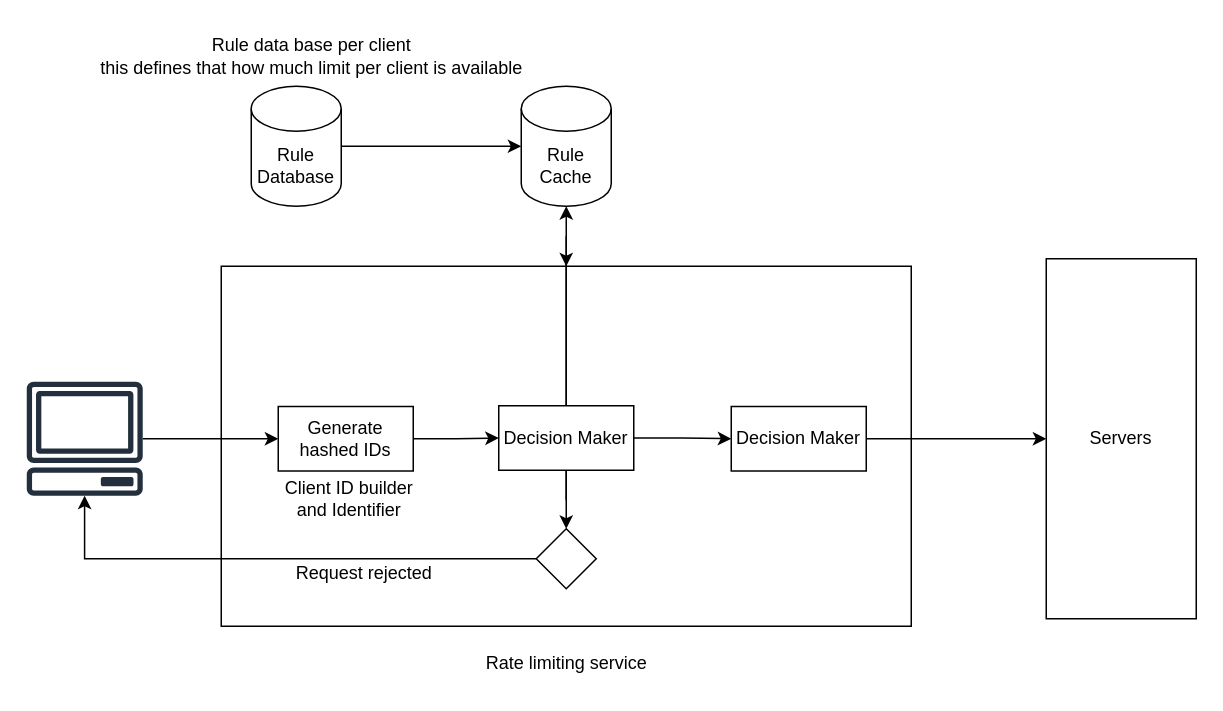
This is Rate limiter as middle service.drawio from anshul1790/system-design-playground, a draw.io file, before an edit. Source tidied: cells renumbered, new cells numbered last; positions are measured from the earlier drawing's top-left corner, leaving out a move shared by most shapes. Both pictures are drawn from the tidied source at 150%, with x=0, y=0 at pixel (26, 26).
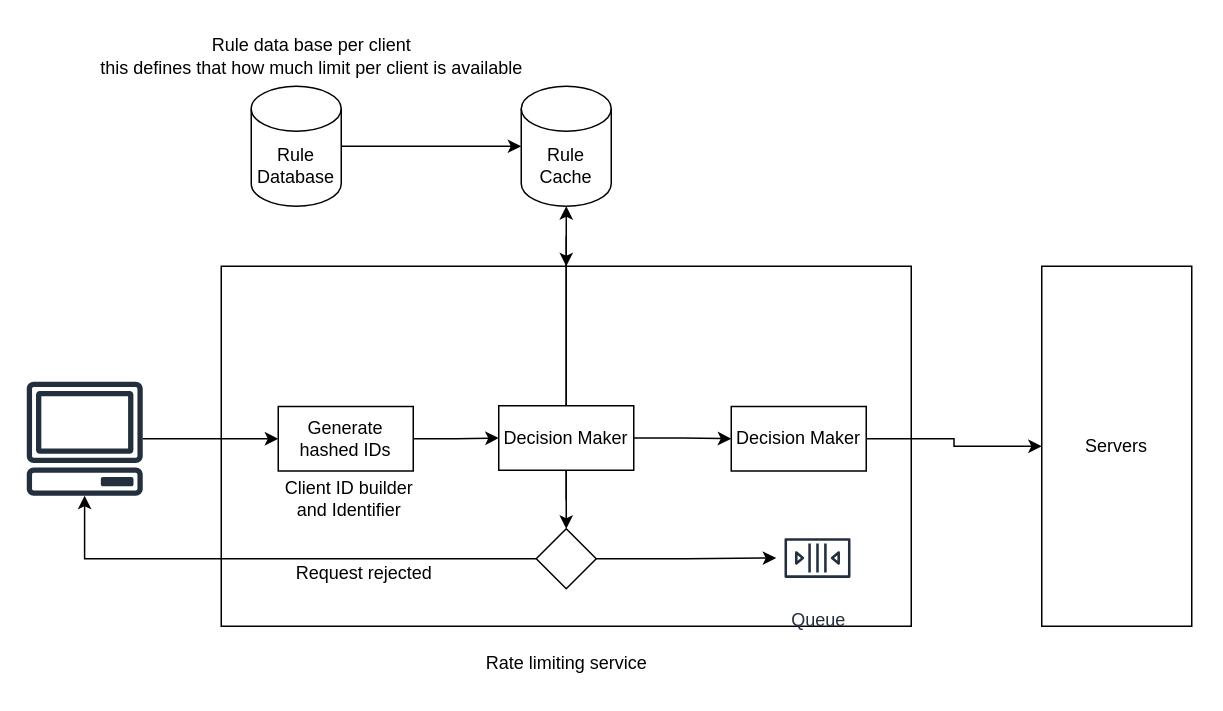
The same page after the edit.

The change refers to these unchanged cells:
```xml
<mxCell id="14" style="rhombus;whiteSpace=wrap;html=1;" parent="1" vertex="1">
  <mxGeometry x="340" y="335" width="40" height="40" as="geometry" />
</mxCell>
```

What changed in the source:
```diff
@@
+    <mxCell id="24" style="edgeStyle=orthogonalEdgeStyle;rounded=0;jettySize=auto;html=1;" parent="1" edge="1" source="14" target="25">
+      <mxGeometry relative="1" as="geometry" />
+    </mxCell>
@@
     <mxCell id="23" value="Servers" style="rounded=0;whiteSpace=wrap;html=1;" parent="1" vertex="1">
-      <mxGeometry x="680" y="155" width="100" height="240" as="geometry" />
+      <mxGeometry x="677" y="160" width="100" height="240" as="geometry" />
     </mxCell>
+    <mxCell id="25" value="Queue" style="sketch=0;outlineConnect=0;fontColor=#232F3E;gradientColor=none;strokeColor=#232F3E;fillColor=#ffffff;dashed=0;verticalLabelPosition=bottom;verticalAlign=top;align=center;html=1;fontSize=12;fontStyle=0;shape=mxgraph.aws4.resourceIcon;resIcon=mxgraph.aws4.queue;" parent="1" vertex="1">
+      <mxGeometry x="500" y="327" width="55" height="55" as="geometry" />
+    </mxCell>
```
